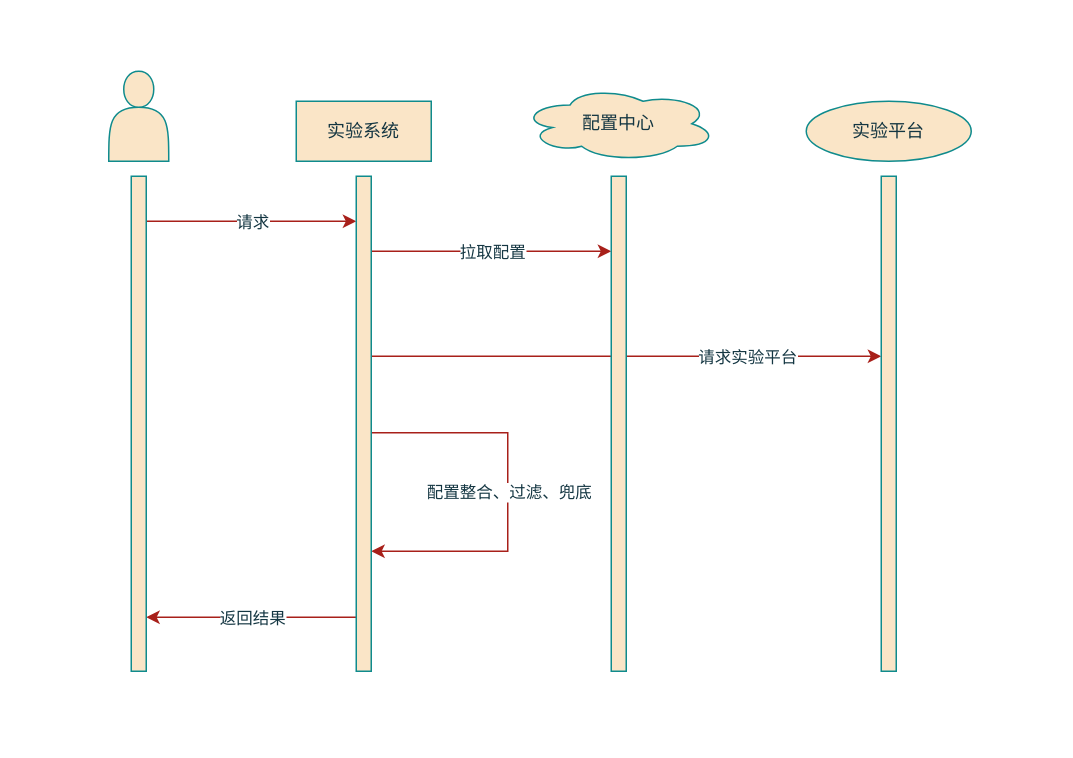
The draw.io diagram 未命名绘图.drawio in Floweryu/my-diagrams, before the edit. Source tidied: cells renumbered, new cells numbered last; positions are measured from the earlier drawing's top-left corner, leaving out a move shared by most shapes. Both pictures are drawn from the tidied source at 150%, with x=0, y=0 at pixel (108, 70).
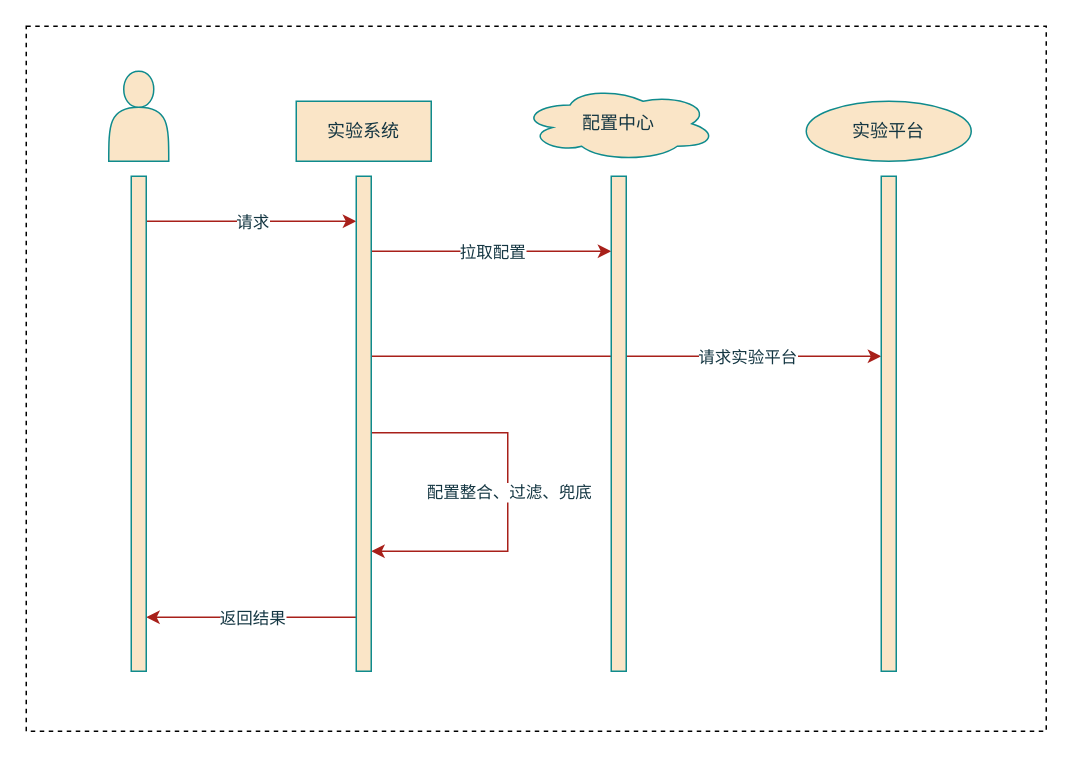
After the change.

Commit message:
新实验平台

Change to the diagram source:
```diff
@@
+    <mxCell id="20" style="rounded=0;whiteSpace=wrap;html=1;dashed=1;" parent="1" vertex="1">
+      <mxGeometry x="-55" y="-30" width="680" height="470" as="geometry" />
+    </mxCell>
```
